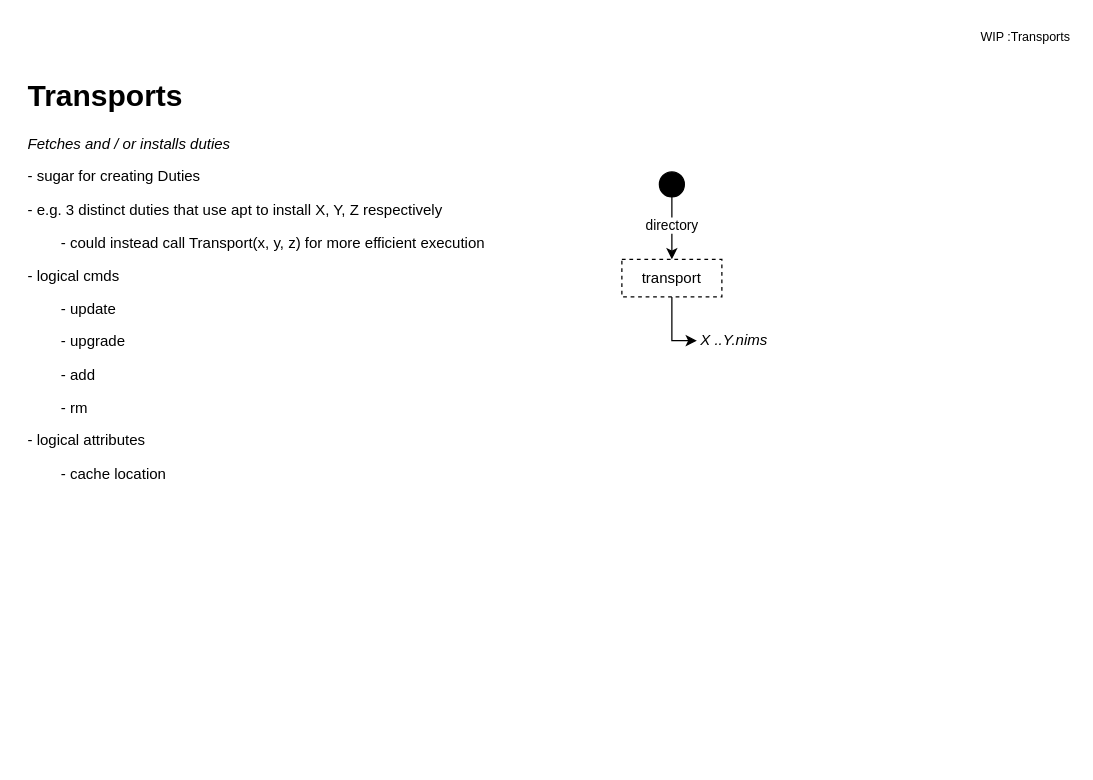
Earlier version of the draw.io diagram page "transports" (4 of 6) of ADRs/boat_adr.drawio (nirv-ai/boat). Source tidied: cells renumbered, new cells numbered last; positions are measured from the earlier drawing's top-left corner, leaving out a move shared by most shapes. Both pictures are drawn from the tidied source at 125%, with x=0, y=0 at pixel (21, 21).
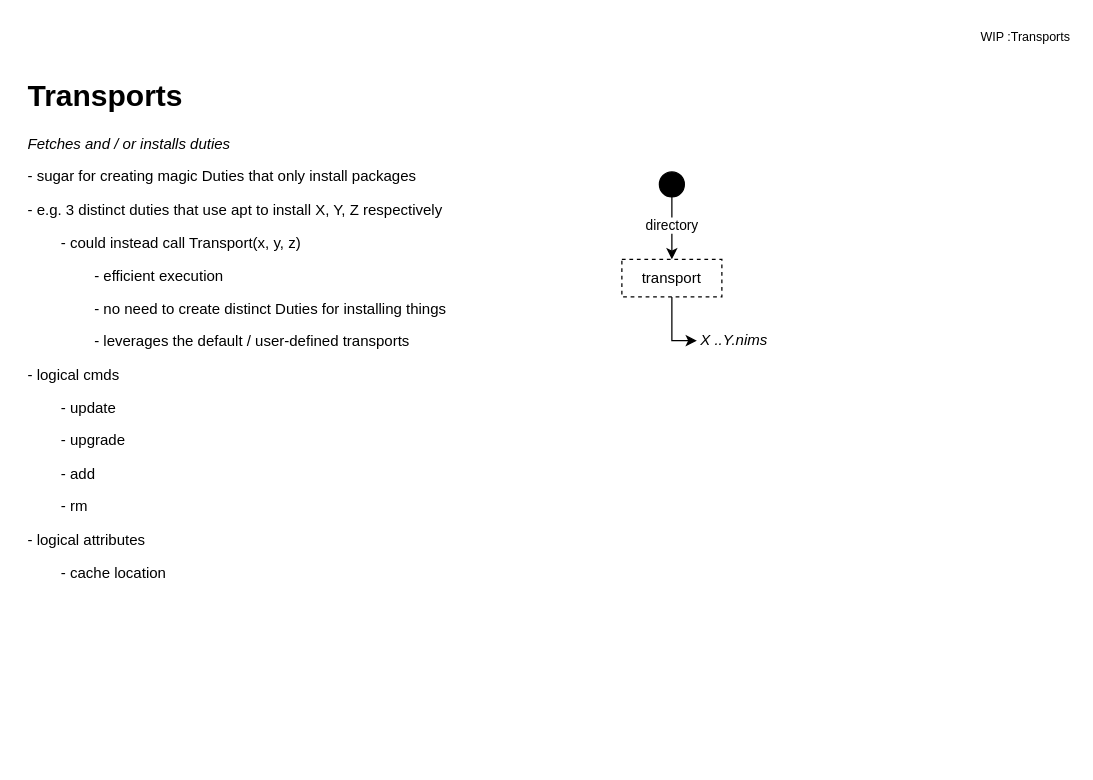
The same diagram, later.

The edit, as a diff of the source:
```diff
@@
 <mxGraphModel>
   <root>
     <mxCell id="0" />
     <mxCell id="1" parent="0" />
-    <mxCell id="2" value="&lt;h1&gt;Transports&lt;/h1&gt;&lt;p style=&quot;border-color: var(--border-color);&quot;&gt;&lt;span style=&quot;background-color: initial;&quot;&gt;&lt;i&gt;Fetches and / or installs duties&lt;/i&gt;&lt;/span&gt;&lt;/p&gt;&lt;p style=&quot;border-color: var(--border-color);&quot;&gt;&lt;span style=&quot;background-color: initial;&quot;&gt;- sugar for creating Duties&lt;/span&gt;&lt;/p&gt;&lt;p style=&quot;border-color: var(--border-color);&quot;&gt;&lt;span style=&quot;background-color: initial;&quot;&gt;- e.g. 3 distinct duties that use apt to install X, Y, Z respectively&lt;/span&gt;&lt;/p&gt;&lt;p style=&quot;border-color: var(--border-color);&quot;&gt;&lt;span style=&quot;background-color: initial;&quot;&gt;&lt;span style=&quot;&quot;&gt;&#9;&lt;/span&gt;&lt;span style=&quot;white-space: pre;&quot;&gt;&#9;&lt;/span&gt;- could instead call Transport(x, y, z) for more efficient execution&lt;/span&gt;&lt;/p&gt;&lt;p style=&quot;border-color: var(--border-color);&quot;&gt;&lt;span style=&quot;background-color: initial;&quot;&gt;- logical cmds&lt;/span&gt;&lt;/p&gt;&lt;p style=&quot;border-color: var(--border-color);&quot;&gt;&lt;span style=&quot;white-space: pre;&quot;&gt;&#9;&lt;/span&gt;- update&lt;/p&gt;&lt;p style=&quot;border-color: var(--border-color);&quot;&gt;&lt;span style=&quot;border-color: var(--border-color); background-color: initial;&quot;&gt;&lt;span style=&quot;border-color: var(--border-color);&quot;&gt;&#9;&lt;/span&gt;&lt;span style=&quot;border-color: var(--border-color);&quot;&gt;&#9;&lt;/span&gt;&lt;span style=&quot;white-space: pre;&quot;&gt;&#9;&lt;/span&gt;- upgrade&lt;br style=&quot;border-color: var(--border-color);&quot;&gt;&lt;/span&gt;&lt;/p&gt;&lt;p style=&quot;border-color: var(--border-color);&quot;&gt;&lt;span style=&quot;border-color: var(--border-color); background-color: initial;&quot;&gt;&lt;span style=&quot;border-color: var(--border-color);&quot;&gt;&#9;&lt;/span&gt;&lt;span style=&quot;border-color: var(--border-color);&quot;&gt;&#9;&lt;/span&gt;&lt;span style=&quot;white-space: pre;&quot;&gt;&#9;&lt;/span&gt;- add&lt;br style=&quot;border-color: var(--border-color);&quot;&gt;&lt;/span&gt;&lt;/p&gt;&lt;p style=&quot;border-color: var(--border-color);&quot;&gt;&lt;span style=&quot;border-color: var(--border-color); background-color: initial;&quot;&gt;&lt;span style=&quot;border-color: var(--border-color);&quot;&gt;&#9;&lt;/span&gt;&lt;span style=&quot;border-color: var(--border-color);&quot;&gt;&#9;&lt;/span&gt;&lt;span style=&quot;white-space: pre;&quot;&gt;&#9;&lt;/span&gt;- rm&lt;br style=&quot;border-color: var(--border-color);&quot;&gt;&lt;/span&gt;&lt;/p&gt;&lt;p style=&quot;border-color: var(--border-color);&quot;&gt;&lt;span style=&quot;border-color: var(--border-color); background-color: initial;&quot;&gt;&lt;span style=&quot;border-color: var(--border-color);&quot;&gt;&#9;&lt;/span&gt;&lt;span style=&quot;border-color: var(--border-color);&quot;&gt;&#9;&lt;/span&gt;- logical attributes&lt;/span&gt;&lt;/p&gt;&lt;p style=&quot;border-color: var(--border-color);&quot;&gt;&lt;span style=&quot;border-color: var(--border-color); background-color: initial;&quot;&gt;&lt;span style=&quot;white-space: pre;&quot;&gt;&#9;&lt;/span&gt;- cache location&lt;/span&gt;&lt;/p&gt;" style="text;html=1;strokeColor=none;fillColor=none;spacing=5;spacingTop=-20;whiteSpace=wrap;overflow=hidden;rounded=0;" parent="1" vertex="1">
+    <mxCell id="2" value="&lt;h1&gt;Transports&lt;/h1&gt;&lt;p style=&quot;border-color: var(--border-color);&quot;&gt;&lt;span style=&quot;background-color: initial;&quot;&gt;&lt;i&gt;Fetches and / or installs duties&lt;/i&gt;&lt;/span&gt;&lt;/p&gt;&lt;p style=&quot;border-color: var(--border-color);&quot;&gt;&lt;span style=&quot;background-color: initial;&quot;&gt;- sugar for creating magic Duties that only install packages&lt;/span&gt;&lt;/p&gt;&lt;p style=&quot;border-color: var(--border-color);&quot;&gt;&lt;span style=&quot;background-color: initial;&quot;&gt;- e.g. 3 distinct duties that use apt to install X, Y, Z respectively&lt;/span&gt;&lt;/p&gt;&lt;p style=&quot;border-color: var(--border-color);&quot;&gt;&lt;span style=&quot;background-color: initial;&quot;&gt;&lt;span style=&quot;&quot;&gt;&#9;&lt;/span&gt;&lt;span style=&quot;white-space: pre;&quot;&gt;&#9;&lt;/span&gt;- could instead call Transport(x, y, z)&amp;nbsp;&lt;/span&gt;&lt;/p&gt;&lt;p style=&quot;border-color: var(--border-color);&quot;&gt;&lt;span style=&quot;background-color: initial;&quot;&gt;&lt;span style=&quot;white-space: pre;&quot;&gt;&#9;&lt;/span&gt;&lt;span style=&quot;white-space: pre;&quot;&gt;&#9;&lt;/span&gt;- efficient execution&amp;nbsp;&lt;/span&gt;&lt;/p&gt;&lt;p style=&quot;border-color: var(--border-color);&quot;&gt;&lt;span style=&quot;background-color: initial;&quot;&gt;&lt;span style=&quot;white-space: pre;&quot;&gt;&#9;&lt;/span&gt;&lt;span style=&quot;white-space: pre;&quot;&gt;&#9;&lt;/span&gt;- no need to create distinct Duties for installing things&lt;/span&gt;&lt;/p&gt;&lt;p style=&quot;border-color: var(--border-color);&quot;&gt;&lt;span style=&quot;background-color: initial;&quot;&gt;&lt;span style=&quot;white-space: pre;&quot;&gt;&#9;&lt;/span&gt;&lt;span style=&quot;white-space: pre;&quot;&gt;&#9;&lt;/span&gt;- leverages the default / user-defined transports&amp;nbsp;&amp;nbsp;&amp;nbsp;&lt;br&gt;&lt;/span&gt;&lt;/p&gt;&lt;p style=&quot;border-color: var(--border-color);&quot;&gt;&lt;span style=&quot;background-color: initial;&quot;&gt;- logical cmds&lt;/span&gt;&lt;/p&gt;&lt;p style=&quot;border-color: var(--border-color);&quot;&gt;&lt;span style=&quot;white-space: pre;&quot;&gt;&#9;&lt;/span&gt;- update&lt;/p&gt;&lt;p style=&quot;border-color: var(--border-color);&quot;&gt;&lt;span style=&quot;border-color: var(--border-color); background-color: initial;&quot;&gt;&lt;span style=&quot;border-color: var(--border-color);&quot;&gt;&#9;&lt;/span&gt;&lt;span style=&quot;border-color: var(--border-color);&quot;&gt;&#9;&lt;/span&gt;&lt;span style=&quot;white-space: pre;&quot;&gt;&#9;&lt;/span&gt;- upgrade&lt;br style=&quot;border-color: var(--border-color);&quot;&gt;&lt;/span&gt;&lt;/p&gt;&lt;p style=&quot;border-color: var(--border-color);&quot;&gt;&lt;span style=&quot;border-color: var(--border-color); background-color: initial;&quot;&gt;&lt;span style=&quot;border-color: var(--border-color);&quot;&gt;&#9;&lt;/span&gt;&lt;span style=&quot;border-color: var(--border-color);&quot;&gt;&#9;&lt;/span&gt;&lt;span style=&quot;white-space: pre;&quot;&gt;&#9;&lt;/span&gt;- add&lt;br style=&quot;border-color: var(--border-color);&quot;&gt;&lt;/span&gt;&lt;/p&gt;&lt;p style=&quot;border-color: var(--border-color);&quot;&gt;&lt;span style=&quot;border-color: var(--border-color); background-color: initial;&quot;&gt;&lt;span style=&quot;border-color: var(--border-color);&quot;&gt;&#9;&lt;/span&gt;&lt;span style=&quot;border-color: var(--border-color);&quot;&gt;&#9;&lt;/span&gt;&lt;span style=&quot;white-space: pre;&quot;&gt;&#9;&lt;/span&gt;- rm&lt;br style=&quot;border-color: var(--border-color);&quot;&gt;&lt;/span&gt;&lt;/p&gt;&lt;p style=&quot;border-color: var(--border-color);&quot;&gt;&lt;span style=&quot;border-color: var(--border-color); background-color: initial;&quot;&gt;&lt;span style=&quot;border-color: var(--border-color);&quot;&gt;&#9;&lt;/span&gt;&lt;span style=&quot;border-color: var(--border-color);&quot;&gt;&#9;&lt;/span&gt;- logical attributes&lt;/span&gt;&lt;/p&gt;&lt;p style=&quot;border-color: var(--border-color);&quot;&gt;&lt;span style=&quot;border-color: var(--border-color); background-color: initial;&quot;&gt;&lt;span style=&quot;white-space: pre;&quot;&gt;&#9;&lt;/span&gt;- cache location&lt;/span&gt;&lt;/p&gt;" style="text;html=1;strokeColor=none;fillColor=none;spacing=5;spacingTop=-20;whiteSpace=wrap;overflow=hidden;rounded=0;" parent="1" vertex="1">
       <mxGeometry y="40" width="480" height="550" as="geometry" />
     </mxCell>
     <mxCell id="3" value="&amp;nbsp; &amp;nbsp;WIP :Transports&lt;br&gt;" style="text;html=1;align=right;verticalAlign=top;strokeColor=none;fillColor=none;fontSize=10;" parent="1" vertex="1">
       <mxGeometry x="740" width="100" height="30" as="geometry" />
     </mxCell>
     <mxCell id="4" style="group;" parent="1" vertex="1">
       <mxGeometry x="480" y="120" width="120" height="150" as="geometry" />
     </mxCell>
     <mxCell id="5" style="ellipse;whiteSpace=wrap;html=1;labelBackgroundColor=#504949;fillColor=#000000;" parent="4" vertex="1">
       <mxGeometry x="30" width="20" height="20" as="geometry" />
     </mxCell>
     <mxCell id="6" value="transport" style="text;html=1;strokeColor=default;fillColor=none;align=center;verticalAlign=middle;whiteSpace=wrap;rounded=0;dashed=1;" parent="4" vertex="1">
       <mxGeometry y="70" width="80" height="30" as="geometry" />
     </mxCell>
     <mxCell id="7" value="directory" style="edgeStyle=orthogonalEdgeStyle;rounded=0;jettySize=auto;html=1;strokeColor=default;spacingBottom=4;" parent="4" edge="1" source="5" target="6">
       <mxGeometry relative="1" as="geometry" />
     </mxCell>
     <mxCell id="8" value="X ..Y.nims" style="text;html=1;strokeColor=none;fillColor=none;align=center;verticalAlign=middle;whiteSpace=wrap;rounded=0;fontStyle=2;" parent="4" vertex="1">
       <mxGeometry x="60" y="120" width="60" height="30" as="geometry" />
     </mxCell>
     <mxCell id="9" style="edgeStyle=orthogonalEdgeStyle;rounded=0;jettySize=auto;html=1;entryX=0;entryY=0.5;entryDx=0;entryDy=0;strokeColor=default;" parent="4" edge="1" source="6" target="8">
       <mxGeometry relative="1" as="geometry" />
     </mxCell>
   </root>
 </mxGraphModel>
```
